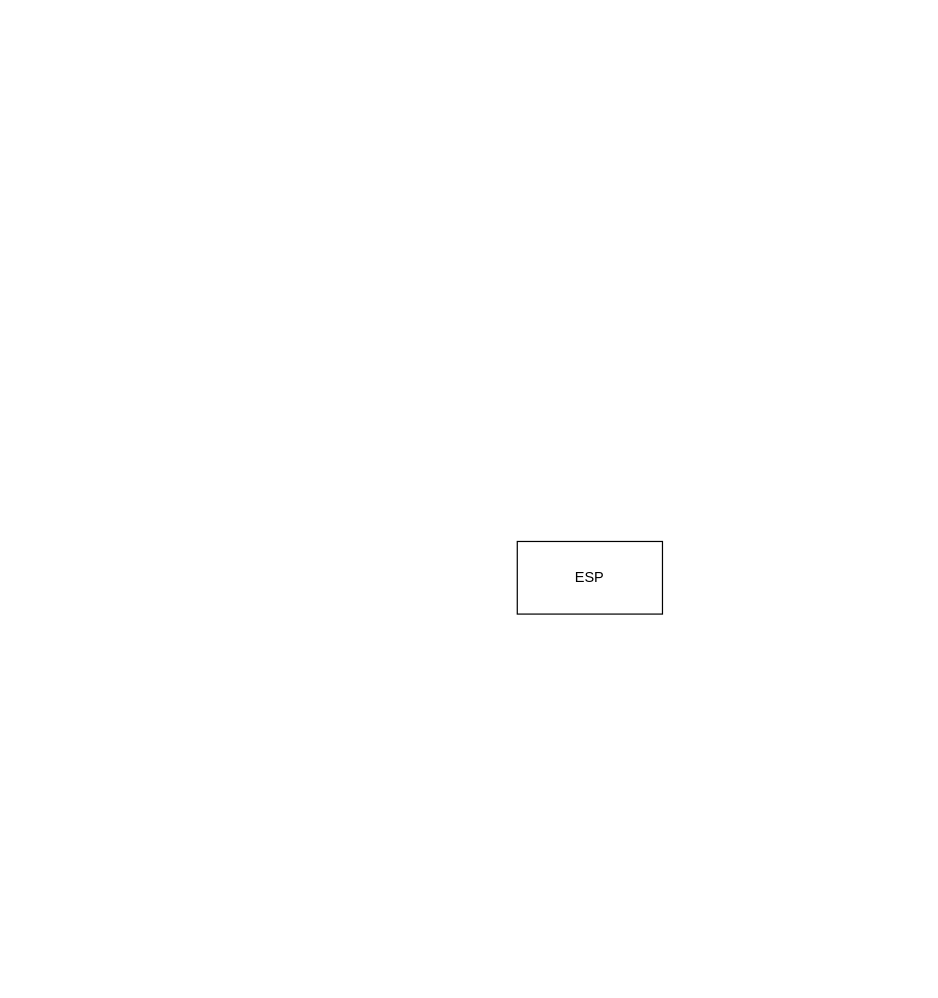
The draw.io diagram Hardware Component Diagram.drawio in LostScriptures/Terralogia, before the edit. Source tidied: cells renumbered, new cells numbered last; positions are measured from the earlier drawing's top-left corner, leaving out a move shared by most shapes. Both pictures are drawn from the tidied source at 121%, with x=0, y=0 at pixel (517, 541).
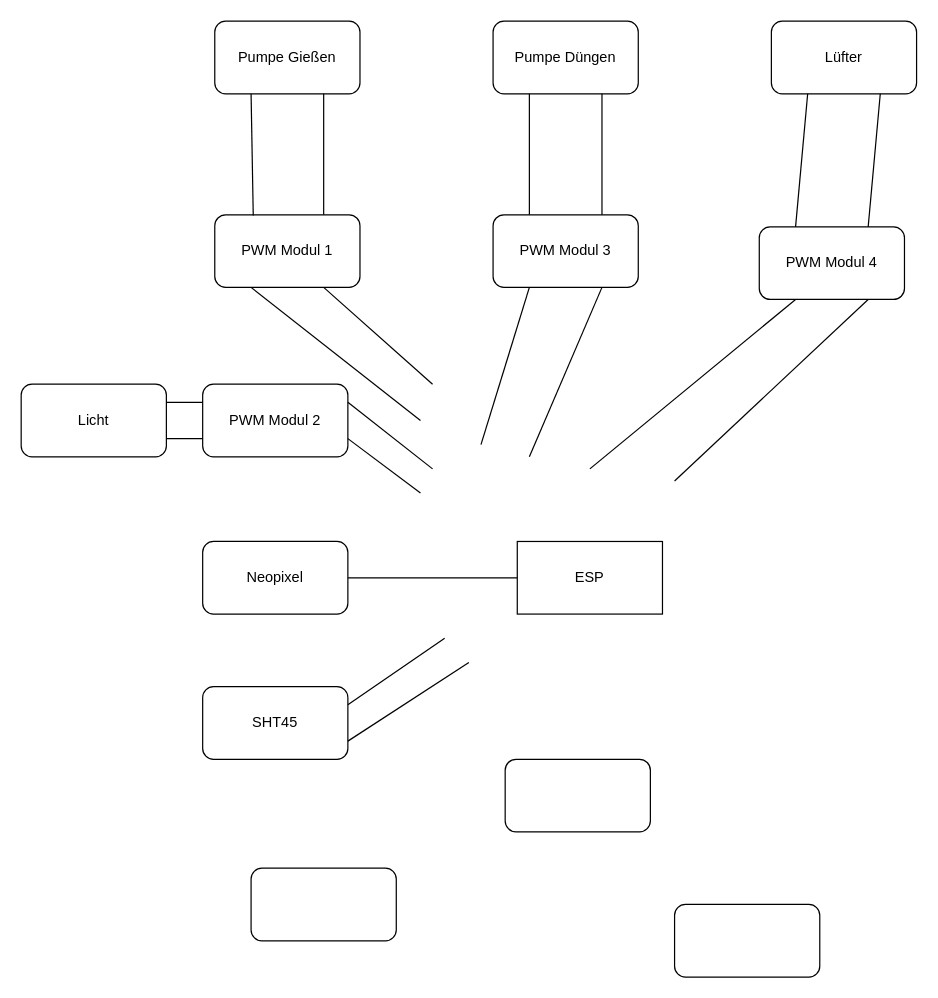
The same diagram, later.

The change refers to these unchanged cells:
```xml
<mxCell id="2" value="ESP" style="rounded=0;whiteSpace=wrap;html=1;" parent="1" vertex="1">
  <mxGeometry width="120" height="60" as="geometry" />
</mxCell>
```

What changed in the source:
```diff
@@
+    <mxCell id="3" value="PWM Modul 1" style="rounded=1;whiteSpace=wrap;html=1;" parent="1" vertex="1">
+      <mxGeometry x="-250" y="-270" width="120" height="60" as="geometry" />
+    </mxCell>
+    <mxCell id="4" value="&lt;span style=&quot;color: rgb(0, 0, 0);&quot;&gt;PWM Modul 3&lt;/span&gt;" style="rounded=1;whiteSpace=wrap;html=1;" parent="1" vertex="1">
+      <mxGeometry x="-20" y="-270" width="120" height="60" as="geometry" />
+    </mxCell>
+    <mxCell id="5" value="&lt;span style=&quot;color: rgb(0, 0, 0);&quot;&gt;PWM Modul 4&lt;/span&gt;" style="rounded=1;whiteSpace=wrap;html=1;" parent="1" vertex="1">
+      <mxGeometry x="200" y="-260" width="120" height="60" as="geometry" />
+    </mxCell>
+    <mxCell id="6" value="&lt;span style=&quot;color: rgb(0, 0, 0);&quot;&gt;PWM Modul 2&lt;/span&gt;" style="rounded=1;whiteSpace=wrap;html=1;" parent="1" vertex="1">
+      <mxGeometry x="-260" y="-130" width="120" height="60" as="geometry" />
+    </mxCell>
+    <mxCell id="7" value="Neopixel" style="rounded=1;whiteSpace=wrap;html=1;" parent="1" vertex="1">
+      <mxGeometry x="-260" width="120" height="60" as="geometry" />
+    </mxCell>
+    <mxCell id="8" value="SHT45" style="rounded=1;whiteSpace=wrap;html=1;" parent="1" vertex="1">
+      <mxGeometry x="-260" y="120" width="120" height="60" as="geometry" />
+    </mxCell>
+    <mxCell id="9" style="rounded=1;whiteSpace=wrap;html=1;" parent="1" vertex="1">
+      <mxGeometry x="-10" y="180" width="120" height="60" as="geometry" />
+    </mxCell>
+    <mxCell id="10" style="rounded=1;whiteSpace=wrap;html=1;" parent="1" vertex="1">
+      <mxGeometry x="-220" y="270" width="120" height="60" as="geometry" />
+    </mxCell>
+    <mxCell id="11" style="rounded=1;whiteSpace=wrap;html=1;" parent="1" vertex="1">
+      <mxGeometry x="130" y="300" width="120" height="60" as="geometry" />
+    </mxCell>
+    <mxCell id="12" value="Pumpe Gießen" style="rounded=1;whiteSpace=wrap;html=1;" parent="1" vertex="1">
+      <mxGeometry x="-250" y="-430" width="120" height="60" as="geometry" />
+    </mxCell>
+    <mxCell id="13" value="Pumpe Düngen" style="rounded=1;whiteSpace=wrap;html=1;" parent="1" vertex="1">
+      <mxGeometry x="-20" y="-430" width="120" height="60" as="geometry" />
+    </mxCell>
+    <mxCell id="14" value="Licht" style="rounded=1;whiteSpace=wrap;html=1;" parent="1" vertex="1">
+      <mxGeometry x="-410" y="-130" width="120" height="60" as="geometry" />
+    </mxCell>
+    <mxCell id="15" value="Lüfter" style="rounded=1;whiteSpace=wrap;html=1;" parent="1" vertex="1">
+      <mxGeometry x="210" y="-430" width="120" height="60" as="geometry" />
+    </mxCell>
+    <mxCell id="16" style="endArrow=none;html=1;exitX=1;exitY=0.25;exitDx=0;exitDy=0;entryX=0;entryY=0.25;entryDx=0;entryDy=0;" parent="1" edge="1" source="14" target="6">
+      <mxGeometry relative="1" as="geometry" />
+    </mxCell>
+    <mxCell id="17" style="endArrow=none;html=1;exitX=1;exitY=0.75;exitDx=0;exitDy=0;entryX=0;entryY=0.75;entryDx=0;entryDy=0;" parent="1" edge="1" source="14" target="6">
+      <mxGeometry relative="1" as="geometry" />
+    </mxCell>
+    <mxCell id="18" style="endArrow=none;html=1;exitX=0.25;exitY=1;exitDx=0;exitDy=0;entryX=0.265;entryY=0.011;entryDx=0;entryDy=0;entryPerimeter=0;" parent="1" edge="1" source="12" target="3">
+      <mxGeometry relative="1" as="geometry" />
+    </mxCell>
+    <mxCell id="19" style="endArrow=none;html=1;exitX=0.75;exitY=1;exitDx=0;exitDy=0;entryX=0.75;entryY=0;entryDx=0;entryDy=0;" parent="1" edge="1" source="12" target="3">
+      <mxGeometry relative="1" as="geometry" />
+    </mxCell>
+    <mxCell id="20" style="endArrow=none;html=1;exitX=0.25;exitY=0;exitDx=0;exitDy=0;entryX=0.25;entryY=1;entryDx=0;entryDy=0;" parent="1" edge="1" source="4" target="13">
+      <mxGeometry relative="1" as="geometry" />
+    </mxCell>
+    <mxCell id="21" style="endArrow=none;html=1;exitX=0.75;exitY=0;exitDx=0;exitDy=0;entryX=0.75;entryY=1;entryDx=0;entryDy=0;" parent="1" edge="1" source="4" target="13">
+      <mxGeometry relative="1" as="geometry" />
+    </mxCell>
+    <mxCell id="22" style="endArrow=none;html=1;exitX=0.25;exitY=1;exitDx=0;exitDy=0;entryX=0.25;entryY=0;entryDx=0;entryDy=0;" parent="1" edge="1" source="15" target="5">
+      <mxGeometry relative="1" as="geometry" />
+    </mxCell>
+    <mxCell id="23" style="endArrow=none;html=1;exitX=0.75;exitY=1;exitDx=0;exitDy=0;entryX=0.75;entryY=0;entryDx=0;entryDy=0;" parent="1" edge="1" source="15" target="5">
+      <mxGeometry relative="1" as="geometry" />
+    </mxCell>
+    <mxCell id="24" style="endArrow=none;html=1;exitX=1;exitY=0.75;exitDx=0;exitDy=0;" parent="1" edge="1" source="6">
+      <mxGeometry relative="1" as="geometry">
+        <mxPoint x="-80" y="-40" as="targetPoint" />
+      </mxGeometry>
+    </mxCell>
+    <mxCell id="25" style="endArrow=none;html=1;exitX=1;exitY=0.25;exitDx=0;exitDy=0;" parent="1" edge="1" source="6">
+      <mxGeometry relative="1" as="geometry">
+        <mxPoint x="-70" y="-60" as="targetPoint" />
+      </mxGeometry>
+    </mxCell>
+    <mxCell id="26" style="endArrow=none;html=1;entryX=0.75;entryY=1;entryDx=0;entryDy=0;" parent="1" edge="1" target="3">
+      <mxGeometry relative="1" as="geometry">
+        <mxPoint x="-70" y="-130" as="sourcePoint" />
+      </mxGeometry>
+    </mxCell>
+    <mxCell id="27" style="endArrow=none;html=1;exitX=0.25;exitY=1;exitDx=0;exitDy=0;" parent="1" edge="1" source="3">
+      <mxGeometry relative="1" as="geometry">
+        <mxPoint x="-80" y="-100" as="targetPoint" />
+      </mxGeometry>
+    </mxCell>
+    <mxCell id="28" style="endArrow=none;html=1;exitX=0.25;exitY=1;exitDx=0;exitDy=0;" parent="1" edge="1" source="4">
+      <mxGeometry relative="1" as="geometry">
+        <mxPoint x="-30" y="-80" as="targetPoint" />
+      </mxGeometry>
+    </mxCell>
+    <mxCell id="29" style="endArrow=none;html=1;exitX=0.75;exitY=1;exitDx=0;exitDy=0;" parent="1" edge="1" source="4">
+      <mxGeometry relative="1" as="geometry">
+        <mxPoint x="10" y="-70" as="targetPoint" />
+      </mxGeometry>
+    </mxCell>
+    <mxCell id="30" style="endArrow=none;html=1;exitX=0.25;exitY=1;exitDx=0;exitDy=0;" parent="1" edge="1" source="5">
+      <mxGeometry relative="1" as="geometry">
+        <mxPoint x="60" y="-60" as="targetPoint" />
+      </mxGeometry>
+    </mxCell>
+    <mxCell id="31" style="endArrow=none;html=1;exitX=0.75;exitY=1;exitDx=0;exitDy=0;" parent="1" edge="1" source="5">
+      <mxGeometry relative="1" as="geometry">
+        <mxPoint x="130" y="-50" as="targetPoint" />
+      </mxGeometry>
+    </mxCell>
+    <mxCell id="32" style="endArrow=none;html=1;exitX=1;exitY=0.5;exitDx=0;exitDy=0;entryX=0;entryY=0.5;entryDx=0;entryDy=0;" parent="1" edge="1" source="7" target="2">
+      <mxGeometry relative="1" as="geometry" />
+    </mxCell>
+    <mxCell id="33" style="endArrow=none;html=1;exitX=1;exitY=0.25;exitDx=0;exitDy=0;" parent="1" edge="1" source="8">
+      <mxGeometry relative="1" as="geometry">
+        <mxPoint x="-60" y="80" as="targetPoint" />
+      </mxGeometry>
+    </mxCell>
+    <mxCell id="34" style="endArrow=none;html=1;exitX=1;exitY=0.75;exitDx=0;exitDy=0;" parent="1" edge="1" source="8">
+      <mxGeometry relative="1" as="geometry">
+        <mxPoint x="-40" y="100" as="targetPoint" />
+      </mxGeometry>
+    </mxCell>
```
